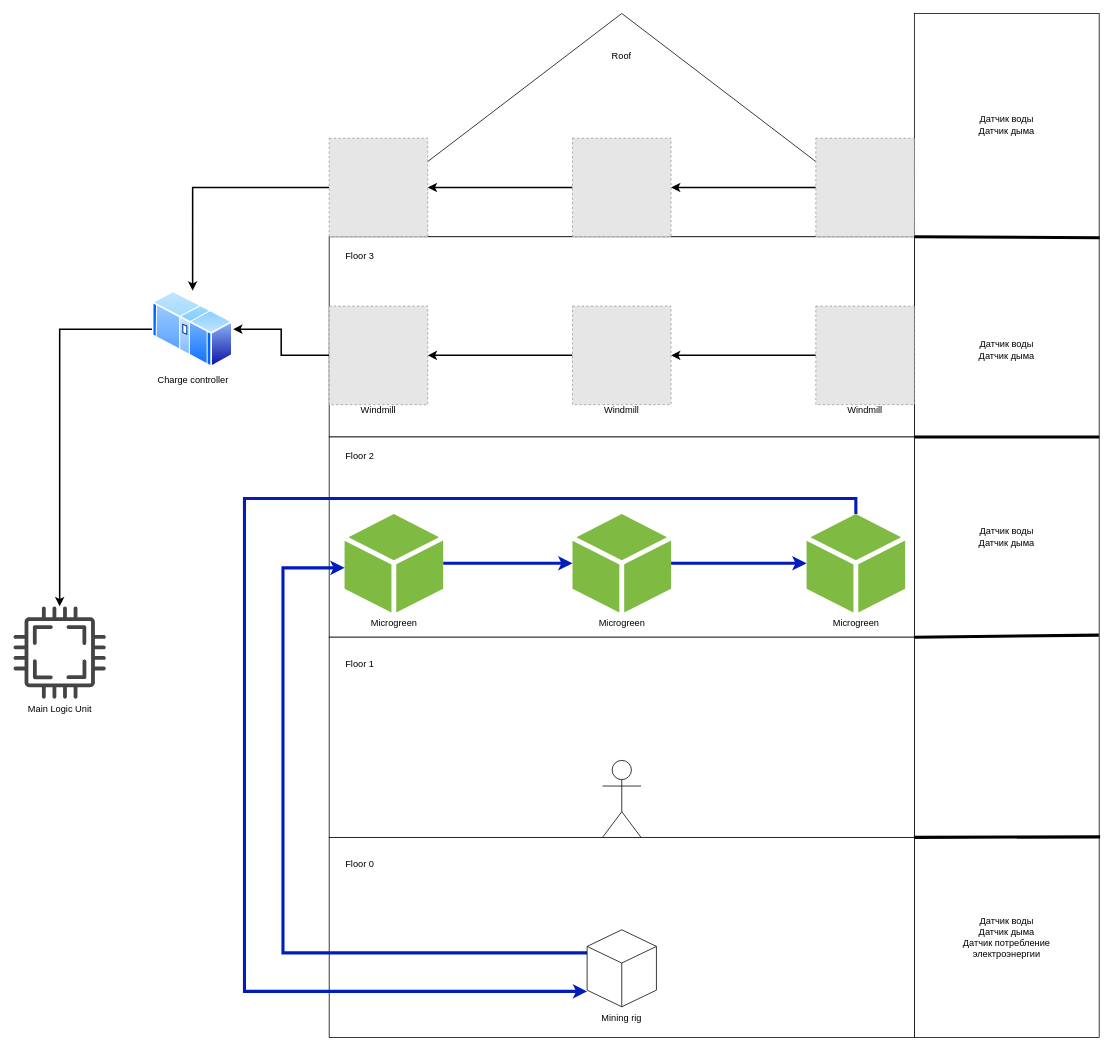
This is HyperHouse.drawio from JPahr/HyperHouse, a draw.io file, before an edit. Source tidied: cells renumbered, new cells numbered last; positions are measured from the earlier drawing's top-left corner, leaving out a move shared by most shapes. Both pictures are drawn from the tidied source at 77%, with x=0, y=0 at pixel (13, 13). Pictures stored in the file or linked from it are replaced by grey dashed boxes.
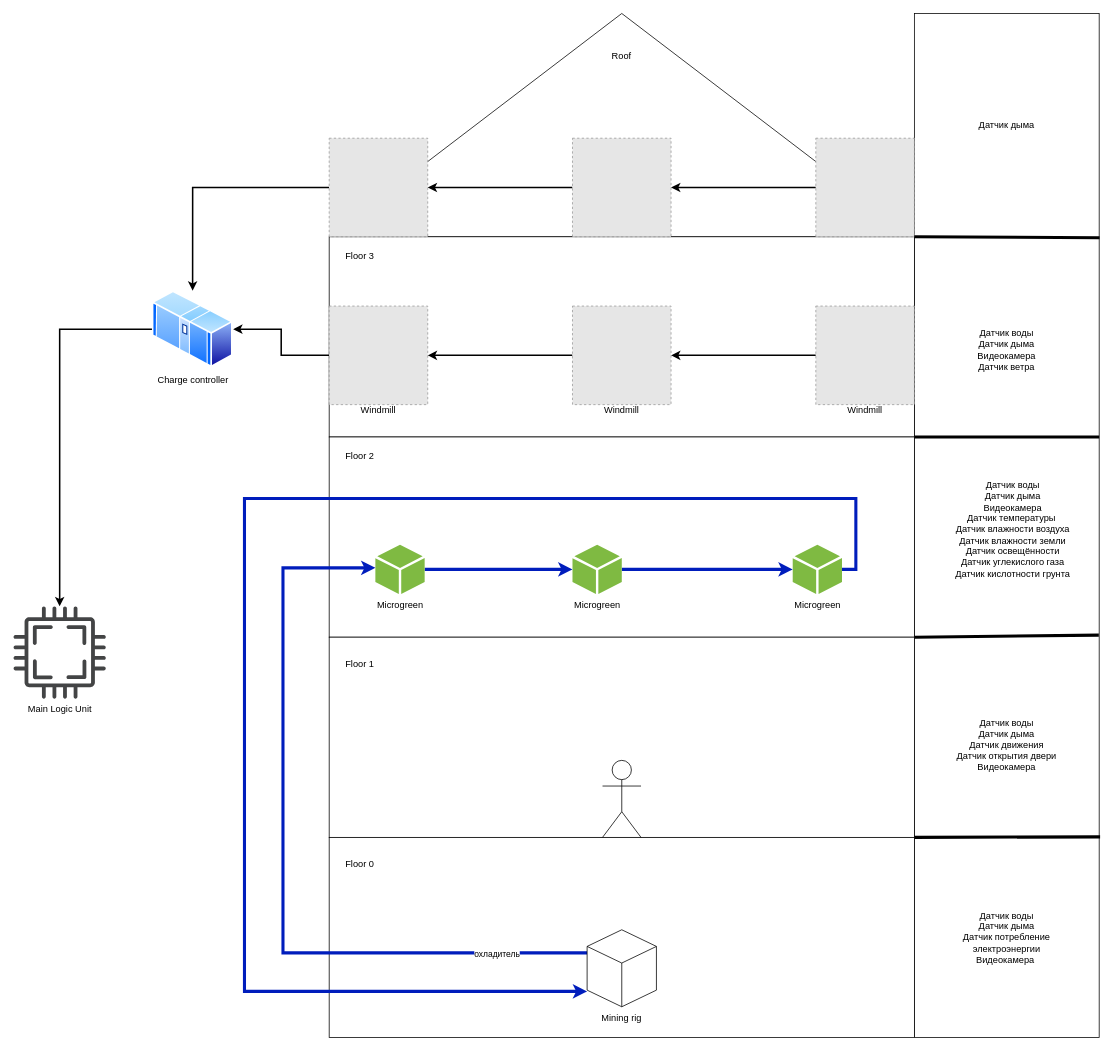
The same page after the edit.

Unchanged cells that the change refers to:
```xml
<mxCell id="27" style="edgeStyle=orthogonalEdgeStyle;rounded=0;jettySize=auto;html=1;fillColor=#0050ef;strokeColor=#001DBC;strokeWidth=4;" parent="1" edge="1" source="28" target="21">
  <mxGeometry relative="1" as="geometry">
    <Array as="points">
      <mxPoint x="350" y="1220" />
      <mxPoint x="350" y="720" />
    </Array>
  </mxGeometry>
</mxCell>
```

The edit, as a diff of the source:
```diff
@@
     <mxCell id="21" value="Microgreen&lt;br&gt;" style="sketch=0;shadow=0;dashed=0;html=1;strokeColor=none;labelPosition=center;verticalLabelPosition=bottom;verticalAlign=top;outlineConnect=0;align=center;shape=mxgraph.office.concepts.node_generic;fillColor=#7FBA42;" parent="1" vertex="1">
-      <mxGeometry x="430" y="650" width="128" height="128" as="geometry" />
+      <mxGeometry x="470" y="690" width="64" height="64" as="geometry" />
     </mxCell>
@@
     <mxCell id="23" value="Microgreen" style="sketch=0;shadow=0;dashed=0;html=1;strokeColor=none;labelPosition=center;verticalLabelPosition=bottom;verticalAlign=top;outlineConnect=0;align=center;shape=mxgraph.office.concepts.node_generic;fillColor=#7FBA42;" parent="1" vertex="1">
-      <mxGeometry x="726" y="650" width="128" height="128" as="geometry" />
+      <mxGeometry x="726" y="690" width="64" height="64" as="geometry" />
     </mxCell>
@@
     <mxCell id="25" value="Microgreen" style="sketch=0;shadow=0;dashed=0;html=1;strokeColor=none;labelPosition=center;verticalLabelPosition=bottom;verticalAlign=top;outlineConnect=0;align=center;shape=mxgraph.office.concepts.node_generic;fillColor=#7FBA42;" parent="1" vertex="1">
-      <mxGeometry x="1030" y="650" width="128" height="128" as="geometry" />
+      <mxGeometry x="1012" y="690" width="64" height="64" as="geometry" />
     </mxCell>
@@
+    <mxCell id="49" value="охладитель" style="edgeLabel;html=1;align=center;verticalAlign=middle;" parent="27" vertex="1">
+      <mxGeometry x="-0.77" y="1" relative="1" as="geometry">
+        <mxPoint x="-1" as="offset" />
+      </mxGeometry>
+    </mxCell>
@@
-    <mxCell id="40" value="Датчик воды&lt;br&gt;Датчик дыма" style="text;html=1;strokeColor=none;fillColor=none;align=center;verticalAlign=middle;whiteSpace=wrap;rounded=0;" parent="1" vertex="1">
-      <mxGeometry x="1190" y="640" width="200" height="80" as="geometry" />
+    <mxCell id="40" value="Датчик воды&lt;br&gt;Датчик дыма&lt;br&gt;Видеокамера&lt;br&gt;Датчик температуры&amp;nbsp;&lt;br&gt;Датчик влажности воздуха&lt;br&gt;Датчик влажности земли&lt;br&gt;Датчик освещённости&lt;br&gt;Датчик углекислого газа&lt;br&gt;Датчик кислотности грунта" style="text;html=1;strokeColor=none;fillColor=none;align=center;verticalAlign=middle;whiteSpace=wrap;rounded=0;" parent="1" vertex="1">
+      <mxGeometry x="1198" y="600" width="200" height="140" as="geometry" />
     </mxCell>
-    <mxCell id="41" value="Датчик воды&lt;br&gt;Датчик дыма&lt;br&gt;Датчик потребление электроэнергии" style="text;html=1;strokeColor=none;fillColor=none;align=center;verticalAlign=middle;whiteSpace=wrap;rounded=0;" parent="1" vertex="1">
+    <mxCell id="41" value="Датчик воды&lt;br&gt;Датчик дыма&lt;br&gt;Датчик потребление электроэнергии&lt;br&gt;Видеокамера&amp;nbsp;" style="text;html=1;strokeColor=none;fillColor=none;align=center;verticalAlign=middle;whiteSpace=wrap;rounded=0;" parent="1" vertex="1">
       <mxGeometry x="1190" y="1160" width="200" height="80" as="geometry" />
     </mxCell>
-    <mxCell id="42" value="&lt;br&gt;Датчик воды&lt;br&gt;Датчик дыма" style="text;html=1;strokeColor=none;fillColor=none;align=center;verticalAlign=middle;whiteSpace=wrap;rounded=0;" parent="1" vertex="1">
+    <mxCell id="42" value="&lt;br&gt;Датчик воды&lt;br&gt;Датчик дыма&lt;br&gt;Видеокамера&lt;br&gt;Датчик ветра" style="text;html=1;strokeColor=none;fillColor=none;align=center;verticalAlign=middle;whiteSpace=wrap;rounded=0;" parent="1" vertex="1">
       <mxGeometry x="1190" y="390" width="200" height="80" as="geometry" />
     </mxCell>
@@
-    <mxCell id="44" value="Датчик воды&lt;br&gt;Датчик дыма" style="text;html=1;strokeColor=none;fillColor=none;align=center;verticalAlign=middle;whiteSpace=wrap;rounded=0;" parent="1" vertex="1">
+    <mxCell id="44" value="Датчик дыма" style="text;html=1;strokeColor=none;fillColor=none;align=center;verticalAlign=middle;whiteSpace=wrap;rounded=0;" parent="1" vertex="1">
       <mxGeometry x="1190" y="105" width="200" height="80" as="geometry" />
     </mxCell>
@@
+    <mxCell id="50" value="Датчик воды&lt;br&gt;Датчик дыма&lt;br&gt;Датчик движения&lt;br&gt;Датчик открытия двери&lt;br&gt;Видеокамера" style="text;html=1;strokeColor=none;fillColor=none;align=center;verticalAlign=middle;whiteSpace=wrap;rounded=0;" parent="1" vertex="1">
+      <mxGeometry x="1190" y="910" width="200" height="80" as="geometry" />
+    </mxCell>
```
